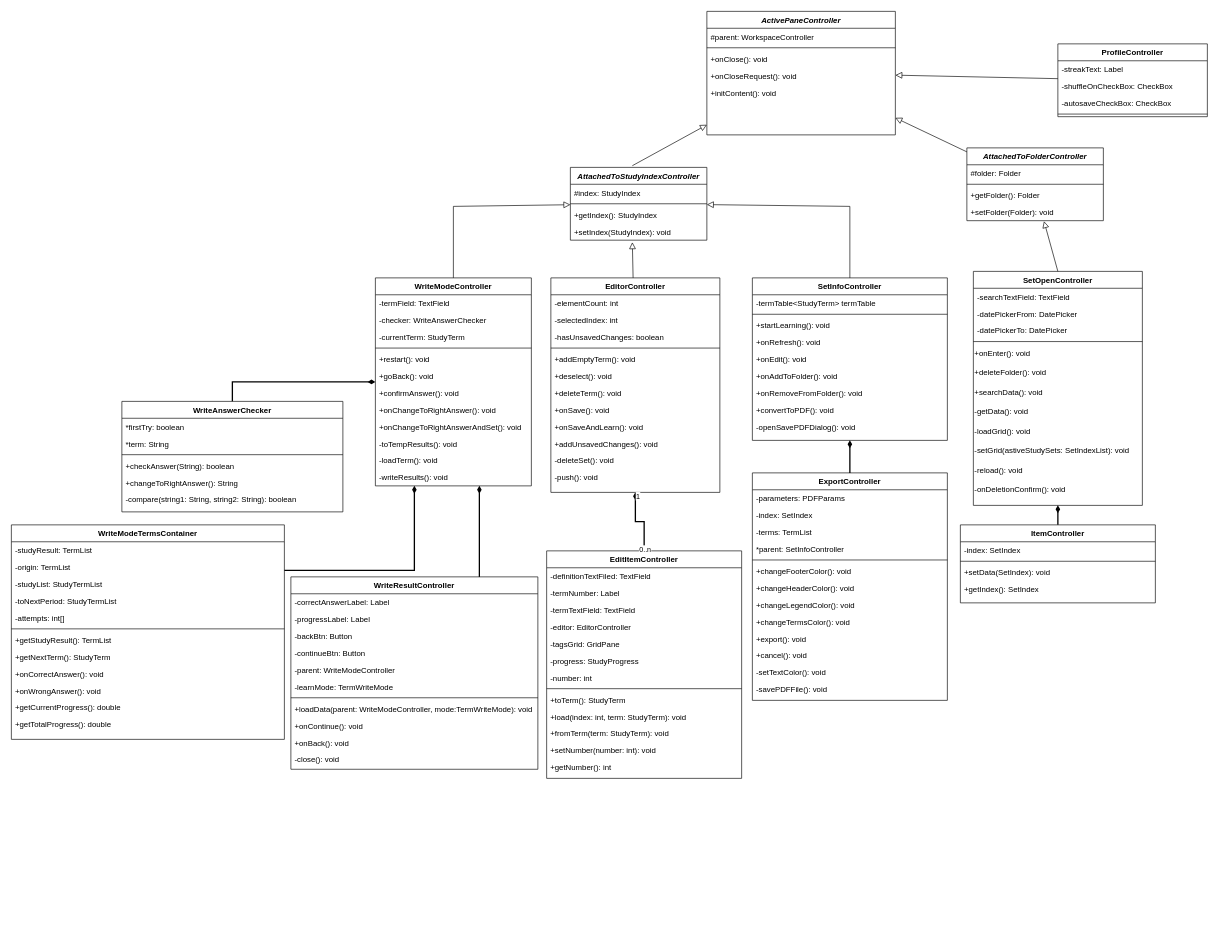
Above: page "GUI controllers" (2 of 4) of Uml/ClassDiagram.drawio in MouseCreator/Labs2course-UML1a (draw.io), before the change. Source tidied: cells renumbered, new cells numbered last; positions are measured from the earlier drawing's top-left corner, leaving out a move shared by most shapes. Both pictures are drawn from the tidied source at 65%, with x=0, y=0 at pixel (11, 11).
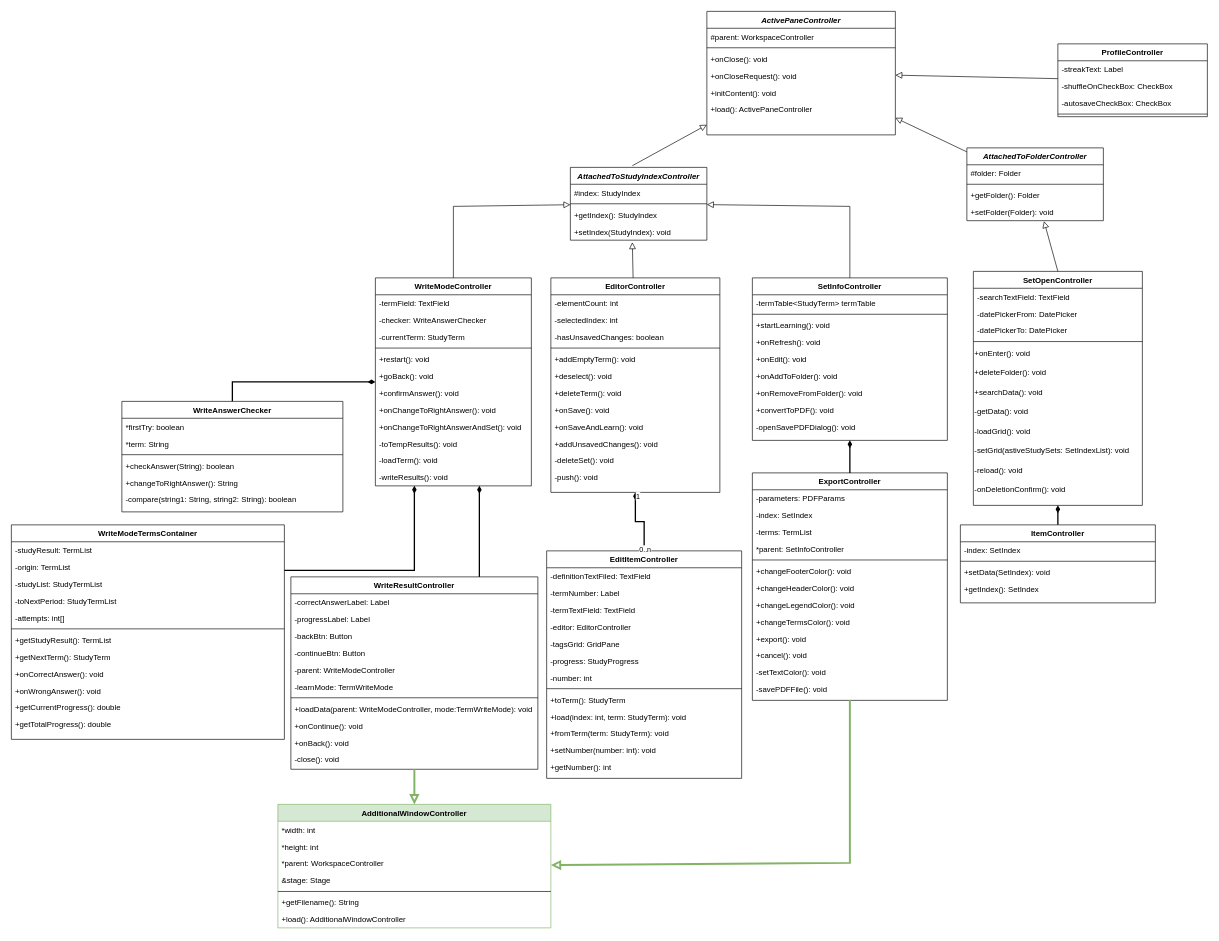
The same page after the edit.

The change refers to these unchanged cells:
```xml
<mxCell id="2" value="ActivePaneController" style="swimlane;fontStyle=3;align=center;verticalAlign=top;horizontal=1;startSize=26;rounded=0;shadow=0;strokeWidth=1;" parent="1" vertex="1">
  <mxGeometry x="1070" width="290" height="190" as="geometry" />
</mxCell>
<mxCell id="79" value="WriteResultController" style="swimlane;fontStyle=1;align=center;verticalAlign=top;horizontal=1;startSize=26;rounded=0;shadow=0;strokeWidth=1;" parent="1" vertex="1">
  <mxGeometry x="430" y="870" width="380" height="296" as="geometry" />
</mxCell>
<mxCell id="131" value="ExportController" style="swimlane;fontStyle=1;align=center;verticalAlign=top;horizontal=1;startSize=26;rounded=0;shadow=0;strokeWidth=1;" parent="1" vertex="1">
  <mxGeometry x="1140" y="710" width="300" height="350" as="geometry" />
</mxCell>
```

Change to the diagram source:
```diff
@@
+    <mxCell id="152" value="+load(): ActivePaneController" style="text;align=left;verticalAlign=top;spacingLeft=4;spacingRight=4;overflow=hidden;" parent="2" vertex="1">
+      <mxGeometry y="138" width="290" height="26" as="geometry" />
+    </mxCell>
@@
+    <mxCell id="153" value="AdditionalWindowController" style="swimlane;fontStyle=1;align=center;verticalAlign=top;horizontal=1;startSize=26;rounded=0;shadow=0;strokeWidth=1;fillColor=#d5e8d4;strokeColor=#82b366;" parent="1" vertex="1">
+      <mxGeometry x="410" y="1220" width="420" height="190" as="geometry" />
+    </mxCell>
+    <mxCell id="154" value="*width: int" style="text;align=left;verticalAlign=top;spacingLeft=4;spacingRight=4;overflow=hidden;rounded=0;shadow=0;html=0;" parent="153" vertex="1">
+      <mxGeometry y="26" width="420" height="26" as="geometry" />
+    </mxCell>
+    <mxCell id="155" value="*height: int" style="text;align=left;verticalAlign=top;spacingLeft=4;spacingRight=4;overflow=hidden;rounded=0;shadow=0;html=0;" parent="153" vertex="1">
+      <mxGeometry y="52" width="420" height="26" as="geometry" />
+    </mxCell>
+    <mxCell id="156" value="*parent: WorkspaceController" style="text;align=left;verticalAlign=top;spacingLeft=4;spacingRight=4;overflow=hidden;rounded=0;shadow=0;html=0;" parent="153" vertex="1">
+      <mxGeometry y="78" width="420" height="26" as="geometry" />
+    </mxCell>
+    <mxCell id="157" value="&amp;stage: Stage" style="text;align=left;verticalAlign=top;spacingLeft=4;spacingRight=4;overflow=hidden;rounded=0;shadow=0;html=0;" parent="153" vertex="1">
+      <mxGeometry y="104" width="420" height="26" as="geometry" />
+    </mxCell>
+    <mxCell id="158" style="line;html=1;strokeWidth=1;align=left;verticalAlign=middle;spacingTop=-1;spacingLeft=3;spacingRight=3;labelPosition=right;" parent="153" vertex="1">
+      <mxGeometry y="130" width="420" height="8" as="geometry" />
+    </mxCell>
+    <mxCell id="159" value="+getFilename(): String" style="text;align=left;verticalAlign=top;spacingLeft=4;spacingRight=4;overflow=hidden;" parent="153" vertex="1">
+      <mxGeometry y="138" width="420" height="26" as="geometry" />
+    </mxCell>
+    <mxCell id="160" value="+load(): AdditionalWindowController" style="text;align=left;verticalAlign=top;spacingLeft=4;spacingRight=4;overflow=hidden;" parent="153" vertex="1">
+      <mxGeometry y="164" width="420" height="26" as="geometry" />
+    </mxCell>
+    <mxCell id="161" style="endArrow=block;html=1;rounded=0;align=center;verticalAlign=bottom;endFill=0;labelBackgroundColor=none;endSize=8;fillColor=#d5e8d4;strokeColor=#82b366;strokeWidth=3;" parent="1" edge="1" source="79" target="153">
+      <mxGeometry relative="1" as="geometry" />
+    </mxCell>
+    <mxCell id="162" style="endArrow=block;html=1;rounded=0;align=center;verticalAlign=bottom;endFill=0;labelBackgroundColor=none;endSize=8;fillColor=#d5e8d4;strokeColor=#82b366;strokeWidth=3;" parent="1" edge="1" source="131" target="153">
+      <mxGeometry relative="1" as="geometry">
+        <Array as="points">
+          <mxPoint x="1290" y="1310" />
+        </Array>
+      </mxGeometry>
+    </mxCell>
```
